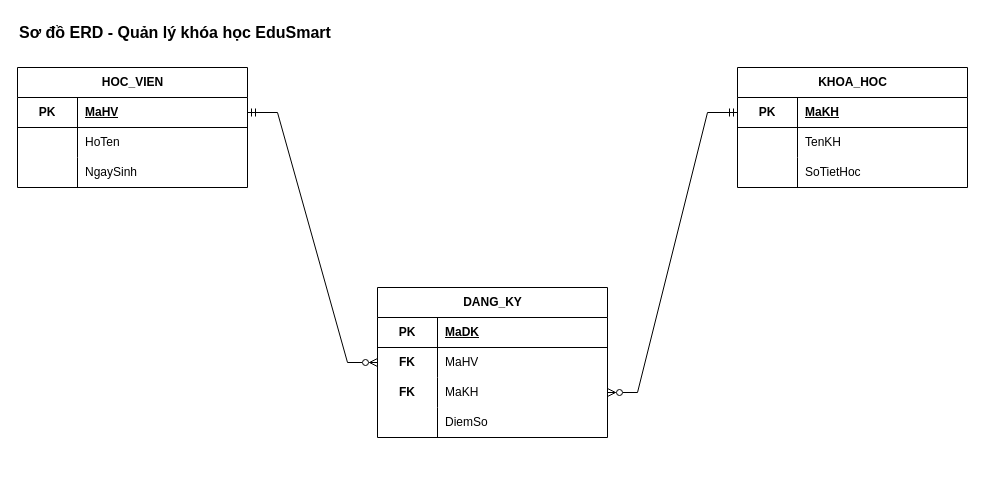
Earlier version of the draw.io diagram ERD_EduSmart.drawio (IT105-Analysis-of-system-design/Session_16-Ex2). Source tidied: cells renumbered, new cells numbered last; positions are measured from the earlier drawing's top-left corner, leaving out a move shared by most shapes. Both pictures are drawn from the tidied source at 100%, with x=0, y=0 at pixel (17, 17).
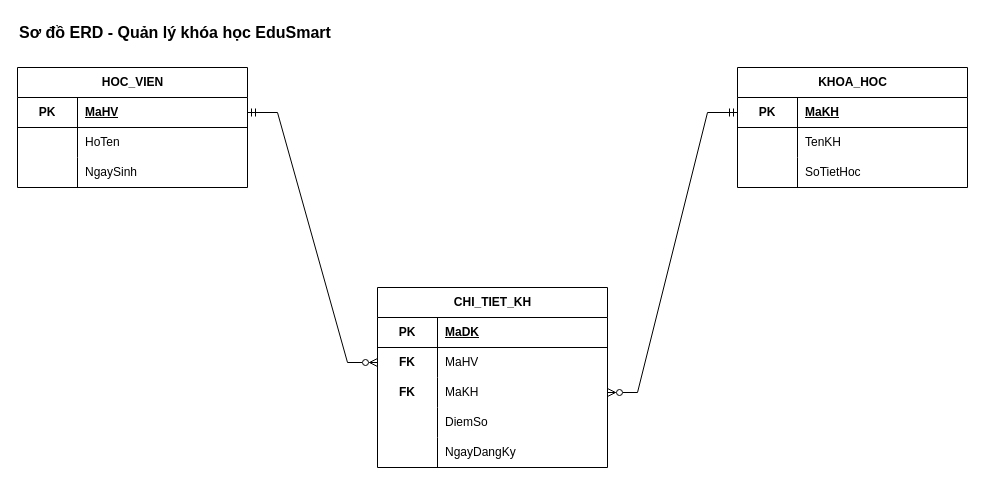
The same diagram, later.

The edit, as a diff of the source:
```diff
@@
-    <mxCell id="23" value="DANG_KY" style="shape=table;startSize=30;childLayout=tableLayout;rowLines=0;fontStyle=1;align=center;html=1;" parent="1" vertex="1">
-      <mxGeometry x="360" y="270" width="230" height="150" as="geometry" />
+    <mxCell id="23" value="CHI_TIET_KH" style="shape=table;startSize=30;childLayout=tableLayout;rowLines=0;fontStyle=1;align=center;html=1;" parent="1" vertex="1">
+      <mxGeometry x="360" y="270" width="230" height="180" as="geometry" />
     </mxCell>
@@
+    <mxCell id="38" style="shape=tableRow;horizontal=0;startSize=0;swimlaneHead=0;swimlaneBody=0;fillColor=none;top=0;left=0;right=0;bottom=0;html=1;" parent="23" vertex="1">
+      <mxGeometry y="150" width="230" height="30" as="geometry" />
+    </mxCell>
+    <mxCell id="39" style="shape=partialRectangle;fillColor=none;top=0;left=0;bottom=0;right=0;fontStyle=0;overflow=hidden;whiteSpace=wrap;html=1;" parent="38" vertex="1">
+      <mxGeometry width="60" height="30" as="geometry" />
+    </mxCell>
+    <mxCell id="40" value="NgayDangKy" style="shape=partialRectangle;fillColor=none;top=0;left=0;bottom=0;right=0;align=left;spacingLeft=6;fontStyle=0;overflow=hidden;whiteSpace=wrap;html=1;" parent="38" vertex="1">
+      <mxGeometry x="60" width="170" height="30" as="geometry" />
+    </mxCell>
```
